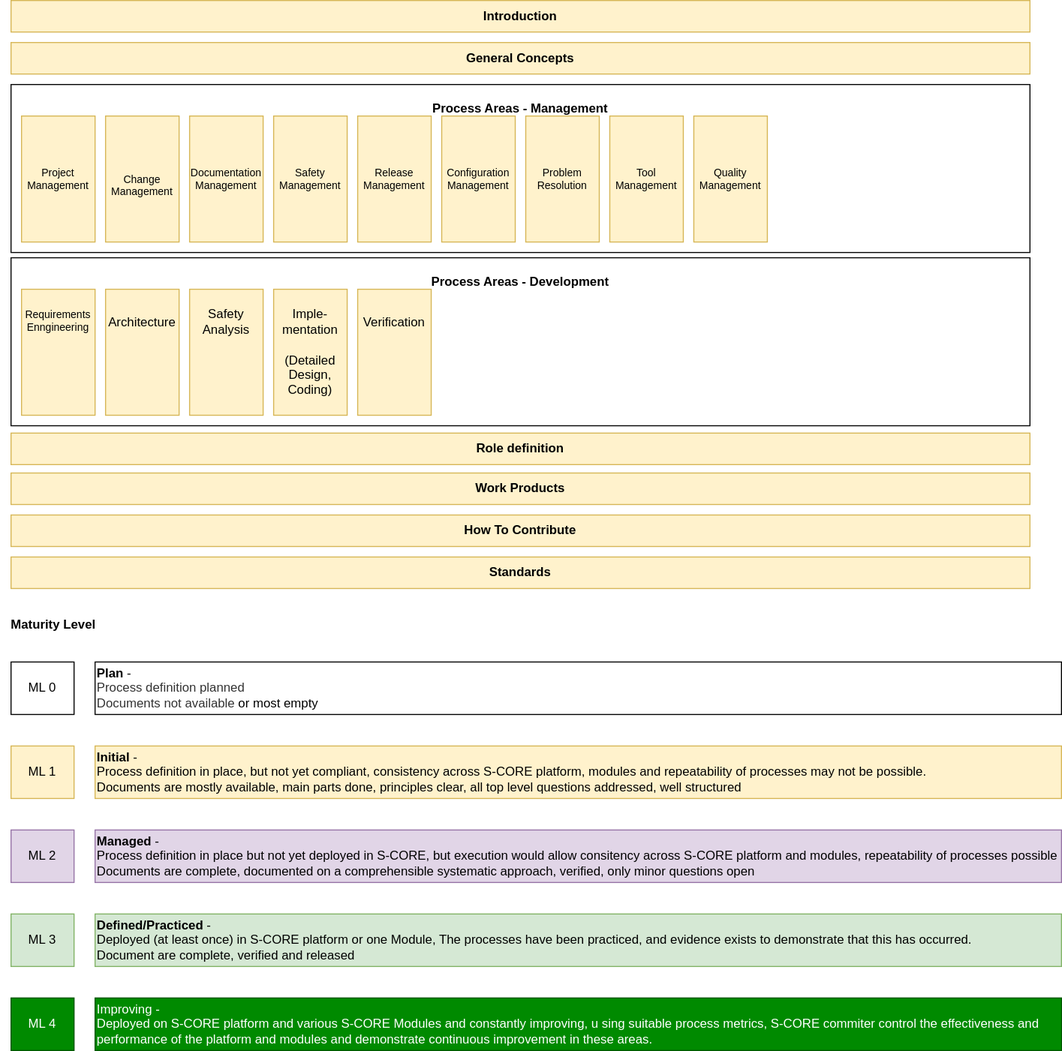
Before: process/_assets/score_process_area_overview.drawio.svg, a diagram exported from draw.io (eclipse-score/process_description). Source tidied: cells renumbered, new cells last; positions are measured from the earlier drawing's top-left corner, leaving out a move shared by most shapes.
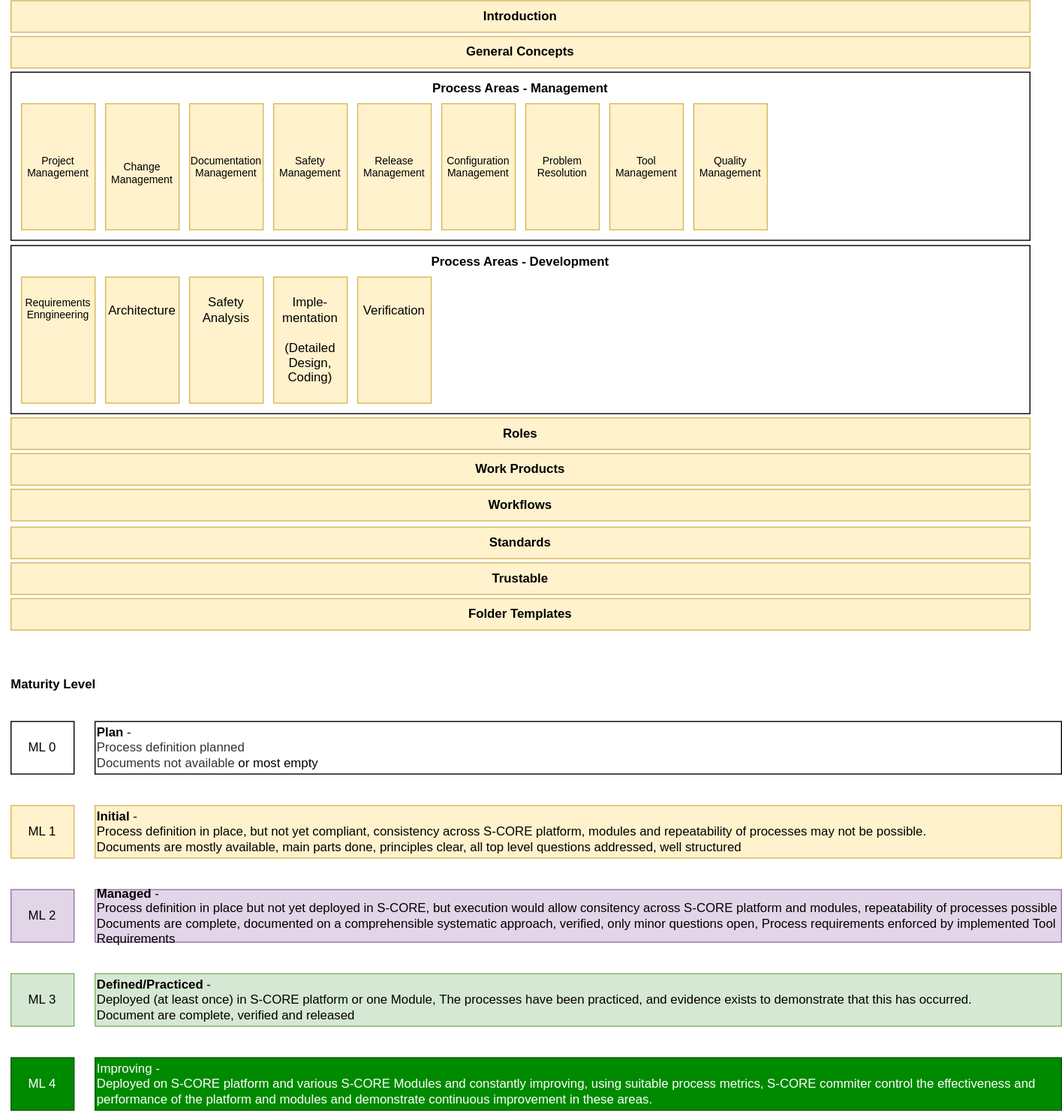
The same file after the commit.

The edit, as a diff of the source:
```diff
@@ -6,7 +6,7 @@
       <mxGeometry x="10" y="245" width="970" height="160" as="geometry" />
     </mxCell>
     <mxCell id="3" value="&lt;span style=&quot;&quot;&gt;Introduction&lt;/span&gt;" style="rounded=0;whiteSpace=wrap;html=1;fontStyle=1;fillColor=#fff2cc;strokeColor=#d6b656;" parent="1" vertex="1">
-      <mxGeometry x="10" width="970" height="30" as="geometry" />
+      <mxGeometry x="10" y="12" width="970" height="30" as="geometry" />
     </mxCell>
     <mxCell id="4" value="&lt;b&gt;&lt;br&gt;&lt;br&gt;Process Areas - Management&lt;br&gt;&lt;br&gt;&lt;br&gt;&lt;br&gt;&lt;br&gt;&lt;br&gt;&lt;br&gt;&lt;br&gt;&lt;br&gt;&lt;br&gt;&lt;br&gt;&amp;nbsp;&lt;/b&gt;" style="rounded=0;whiteSpace=wrap;html=1;" parent="1" vertex="1">
       <mxGeometry x="10" y="80" width="970" height="160" as="geometry" />
@@ -24,13 +24,13 @@
       <mxGeometry x="180" y="110" width="70" height="120" as="geometry" />
     </mxCell>
     <mxCell id="9" value="&lt;span style=&quot;&quot;&gt;General Concepts&lt;/span&gt;" style="rounded=0;whiteSpace=wrap;html=1;fontStyle=1;fillColor=#fff2cc;strokeColor=#d6b656;" parent="1" vertex="1">
-      <mxGeometry x="10" y="40" width="970" height="30" as="geometry" />
+      <mxGeometry x="10" y="46" width="970" height="30" as="geometry" />
     </mxCell>
     <mxCell id="10" value="&lt;span style=&quot;&quot;&gt;Standards&lt;/span&gt;" style="rounded=0;whiteSpace=wrap;html=1;fontStyle=1;fillColor=#fff2cc;strokeColor=#d6b656;" parent="1" vertex="1">
-      <mxGeometry x="10" y="530" width="970" height="30" as="geometry" />
+      <mxGeometry x="10" y="513" width="970" height="30" as="geometry" />
     </mxCell>
-    <mxCell id="11" value="&lt;span style=&quot;&quot;&gt;Role definition&lt;/span&gt;" style="rounded=0;whiteSpace=wrap;html=1;fontStyle=1;fillColor=#fff2cc;strokeColor=#d6b656;" parent="1" vertex="1">
-      <mxGeometry x="10" y="412" width="970" height="30" as="geometry" />
+    <mxCell id="11" value="&lt;span style=&quot;&quot;&gt;Roles&lt;/span&gt;" style="rounded=0;whiteSpace=wrap;html=1;fontStyle=1;fillColor=#fff2cc;strokeColor=#d6b656;" parent="1" vertex="1">
+      <mxGeometry x="10" y="409" width="970" height="30" as="geometry" />
     </mxCell>
     <mxCell id="12" value="&lt;br&gt;Architecture&lt;br&gt;&lt;br&gt;&lt;br&gt;&lt;br&gt;&lt;br&gt;&lt;br&gt;" style="rounded=0;whiteSpace=wrap;html=1;fillColor=#fff2cc;strokeColor=#d6b656;" parent="1" vertex="1">
       <mxGeometry x="100" y="275" width="70" height="120" as="geometry" />
@@ -42,13 +42,13 @@
       <mxGeometry x="500" y="110" width="70" height="120" as="geometry" />
     </mxCell>
     <mxCell id="15" value="ML 4" style="rounded=0;whiteSpace=wrap;html=1;fillColor=#008a00;strokeColor=#005700;fontColor=#ffffff;" parent="1" vertex="1">
-      <mxGeometry x="10" y="950" width="60" height="50" as="geometry" />
+      <mxGeometry x="10" y="1018" width="60" height="50" as="geometry" />
     </mxCell>
     <mxCell id="16" value="ML 2" style="rounded=0;whiteSpace=wrap;html=1;fillColor=#e1d5e7;strokeColor=#9673a6;" parent="1" vertex="1">
-      <mxGeometry x="10" y="790" width="60" height="50" as="geometry" />
+      <mxGeometry x="10" y="858" width="60" height="50" as="geometry" />
     </mxCell>
     <mxCell id="17" value="ML 1" style="rounded=0;whiteSpace=wrap;html=1;fillColor=#fff2cc;strokeColor=#d6b656;" parent="1" vertex="1">
-      <mxGeometry x="10" y="710" width="60" height="50" as="geometry" />
+      <mxGeometry x="10" y="778" width="60" height="50" as="geometry" />
     </mxCell>
     <mxCell id="18" value="&lt;br&gt;&lt;br&gt;Verification&lt;br&gt;&lt;br&gt;&lt;br&gt;&lt;br&gt;&lt;br&gt;&lt;br&gt;&lt;br&gt;" style="rounded=0;whiteSpace=wrap;html=1;fillColor=#fff2cc;strokeColor=#d6b656;" parent="1" vertex="1">
       <mxGeometry x="340" y="275" width="70" height="120" as="geometry" />
@@ -66,40 +66,46 @@
       <mxGeometry x="20" y="110" width="70" height="120" as="geometry" />
     </mxCell>
     <mxCell id="23" value="&lt;b&gt;Maturity Level&lt;/b&gt;" style="text;html=1;align=center;verticalAlign=middle;strokeColor=none;fillColor=none;" parent="1" vertex="1">
-      <mxGeometry y="580" width="100" height="30" as="geometry" />
+      <mxGeometry y="648" width="100" height="30" as="geometry" />
     </mxCell>
     <mxCell id="24" value="ML 0" style="rounded=0;whiteSpace=wrap;html=1;" parent="1" vertex="1">
-      <mxGeometry x="10" y="630" width="60" height="50" as="geometry" />
+      <mxGeometry x="10" y="698" width="60" height="50" as="geometry" />
     </mxCell>
     <mxCell id="25" value="Safety&lt;br&gt;Analysis&lt;br&gt;&lt;br&gt;&lt;br&gt;&lt;br&gt;&lt;br&gt;" style="rounded=0;whiteSpace=wrap;html=1;fillColor=#fff2cc;strokeColor=#d6b656;" parent="1" vertex="1">
       <mxGeometry x="180" y="275" width="70" height="120" as="geometry" />
     </mxCell>
     <mxCell id="26" value="&lt;span style=&quot;&quot;&gt;Work Products&lt;/span&gt;" style="rounded=0;whiteSpace=wrap;html=1;fontStyle=1;fillColor=#fff2cc;strokeColor=#d6b656;" parent="1" vertex="1">
-      <mxGeometry x="10" y="450" width="970" height="30" as="geometry" />
+      <mxGeometry x="10" y="443" width="970" height="30" as="geometry" />
     </mxCell>
-    <mxCell id="27" value="&lt;span style=&quot;&quot;&gt;How To Contribute&lt;/span&gt;" style="rounded=0;whiteSpace=wrap;html=1;fontStyle=1;fillColor=#fff2cc;strokeColor=#d6b656;" parent="1" vertex="1">
-      <mxGeometry x="10" y="490" width="970" height="30" as="geometry" />
+    <mxCell id="27" value="&lt;span style=&quot;&quot;&gt;Workflows&lt;/span&gt;" style="rounded=0;whiteSpace=wrap;html=1;fontStyle=1;fillColor=#fff2cc;strokeColor=#d6b656;" parent="1" vertex="1">
+      <mxGeometry x="10" y="477" width="970" height="30" as="geometry" />
     </mxCell>
     <mxCell id="28" value="ML 3" style="rounded=0;whiteSpace=wrap;html=1;fillColor=#d5e8d4;strokeColor=#82b366;" parent="1" vertex="1">
-      <mxGeometry x="10" y="870" width="60" height="50" as="geometry" />
+      <mxGeometry x="10" y="938" width="60" height="50" as="geometry" />
     </mxCell>
     <mxCell id="29" value="&lt;b&gt;Plan&lt;/b&gt; -&amp;nbsp;&lt;br&gt;&lt;span style=&quot;color: rgb(51, 51, 51);&quot;&gt;Process definition&amp;nbsp;planned&lt;br&gt;Documents not available&amp;nbsp;&lt;/span&gt;or most empty" style="rounded=0;whiteSpace=wrap;html=1;align=left;" parent="1" vertex="1">
-      <mxGeometry x="90" y="630" width="920" height="50" as="geometry" />
+      <mxGeometry x="90" y="698" width="920" height="50" as="geometry" />
     </mxCell>
     <mxCell id="30" value="&lt;b&gt;Initial&lt;/b&gt; -&amp;nbsp;&lt;br&gt;&lt;span style=&quot;background-color: initial;&quot;&gt;Process definition in&amp;nbsp;&lt;/span&gt;&lt;span style=&quot;background-color: initial;&quot;&gt;place, but not yet compliant,&amp;nbsp;&lt;/span&gt;&lt;span style=&quot;text-align: center;&quot;&gt;consistency across S-CORE platform, modules and repeatability of processes may not be possible.&lt;br&gt;Documents are mostly available, main parts done, principles clear, all top level questions addressed, well structured&lt;br&gt;&lt;/span&gt;" style="rounded=0;whiteSpace=wrap;html=1;fillColor=#fff2cc;strokeColor=#d6b656;align=left;" parent="1" vertex="1">
-      <mxGeometry x="90" y="710" width="920" height="50" as="geometry" />
+      <mxGeometry x="90" y="778" width="920" height="50" as="geometry" />
     </mxCell>
-    <mxCell id="31" value="&lt;b&gt;Managed&lt;/b&gt; -&lt;br&gt;&lt;span style=&quot;color: rgb(0, 0, 0); background-color: initial;&quot;&gt;Process definition in place but not&amp;nbsp;&lt;/span&gt;&lt;span style=&quot;color: rgb(0, 0, 0); background-color: initial;&quot;&gt;yet deployed in S-CORE, but&amp;nbsp;&lt;/span&gt;&lt;span style=&quot;text-align: center;&quot;&gt;execution would allow consitency across S-CORE platform and modules, repeatability of processes possible&lt;br&gt;Documents are complete, documented on a comprehensible systematic approach, verified, only minor questions open&lt;br&gt;&lt;/span&gt;" style="rounded=0;whiteSpace=wrap;html=1;fillColor=#e1d5e7;strokeColor=#9673a6;align=left;" parent="1" vertex="1">
-      <mxGeometry x="90" y="790" width="920" height="50" as="geometry" />
+    <mxCell id="31" value="&lt;b&gt;Managed&lt;/b&gt; -&lt;br&gt;&lt;span style=&quot;color: rgb(0, 0, 0); background-color: initial;&quot;&gt;Process definition in place but not&amp;nbsp;&lt;/span&gt;&lt;span style=&quot;color: rgb(0, 0, 0); background-color: initial;&quot;&gt;yet deployed in S-CORE, but&amp;nbsp;&lt;/span&gt;&lt;span style=&quot;text-align: center;&quot;&gt;execution would allow consitency across S-CORE platform and modules, repeatability of processes possible&lt;br&gt;Documents are complete, documented on a comprehensible systematic approach, verified, only minor questions open, Process requirements enforced by implemented Tool Requirements&amp;nbsp;&lt;br&gt;&lt;/span&gt;" style="rounded=0;whiteSpace=wrap;html=1;fillColor=#e1d5e7;strokeColor=#9673a6;align=left;" parent="1" vertex="1">
+      <mxGeometry x="90" y="858" width="920" height="50" as="geometry" />
     </mxCell>
     <mxCell id="32" value="&lt;b&gt;Defined/Practiced&lt;/b&gt; -&amp;nbsp;&lt;br&gt;&lt;span style=&quot;color: rgb(0, 0, 0); background-color: initial;&quot;&gt;Deployed (at least once) in S-CORE platform or one Module,&amp;nbsp;&lt;/span&gt;&lt;span style=&quot;text-align: center;&quot;&gt;&lt;font color=&quot;#000000&quot;&gt;The processes have been practiced, and evidence exists to demonstrate that this has occurred.&amp;nbsp;&lt;/font&gt;&lt;br&gt;&lt;font color=&quot;#000000&quot;&gt;Document are complete, verified and released&lt;/font&gt;&lt;br&gt;&lt;/span&gt;" style="rounded=0;whiteSpace=wrap;html=1;fillColor=#d5e8d4;strokeColor=#82b366;align=left;" parent="1" vertex="1">
-      <mxGeometry x="90" y="870" width="920" height="50" as="geometry" />
+      <mxGeometry x="90" y="938" width="920" height="50" as="geometry" />
     </mxCell>
     <mxCell id="33" value="Improving -&amp;nbsp;&lt;br&gt;&lt;span style=&quot;background-color: initial;&quot;&gt;Deployed on S-CORE platform and various S-CORE Modules and&amp;nbsp;&lt;/span&gt;&lt;span style=&quot;background-color: initial;&quot;&gt;constantly improving, u&lt;/span&gt;&lt;span style=&quot;text-align: center;&quot;&gt;sing suitable process metrics, S-CORE commiter control the effectiveness and performance of the platform and modules and demonstrate continuous improvement in these areas.&lt;/span&gt;" style="rounded=0;whiteSpace=wrap;html=1;fillColor=#008a00;strokeColor=#005700;fontColor=#FFFFFF;align=left;" parent="1" vertex="1">
-      <mxGeometry x="90" y="950" width="920" height="50" as="geometry" />
+      <mxGeometry x="90" y="1018" width="920" height="50" as="geometry" />
     </mxCell>
     <mxCell id="34" value="Release&lt;br style=&quot;font-size: 10px;&quot;&gt;Management" style="rounded=0;whiteSpace=wrap;html=1;fontSize=10;fillColor=#fff2cc;strokeColor=#d6b656;" parent="1" vertex="1">
       <mxGeometry x="340" y="110" width="70" height="120" as="geometry" />
     </mxCell>
+    <mxCell id="35" value="&lt;span style=&quot;&quot;&gt;Trustable&lt;/span&gt;" style="rounded=0;whiteSpace=wrap;html=1;fontStyle=1;fillColor=#fff2cc;strokeColor=#d6b656;" parent="1" vertex="1">
+      <mxGeometry x="10" y="547" width="970" height="30" as="geometry" />
+    </mxCell>
+    <mxCell id="36" value="&lt;span style=&quot;&quot;&gt;Folder Templates&lt;/span&gt;" style="rounded=0;whiteSpace=wrap;html=1;fontStyle=1;fillColor=#fff2cc;strokeColor=#d6b656;" parent="1" vertex="1">
+      <mxGeometry x="10" y="581" width="970" height="30" as="geometry" />
+    </mxCell>
   </root>
 </mxGraphModel>
```
